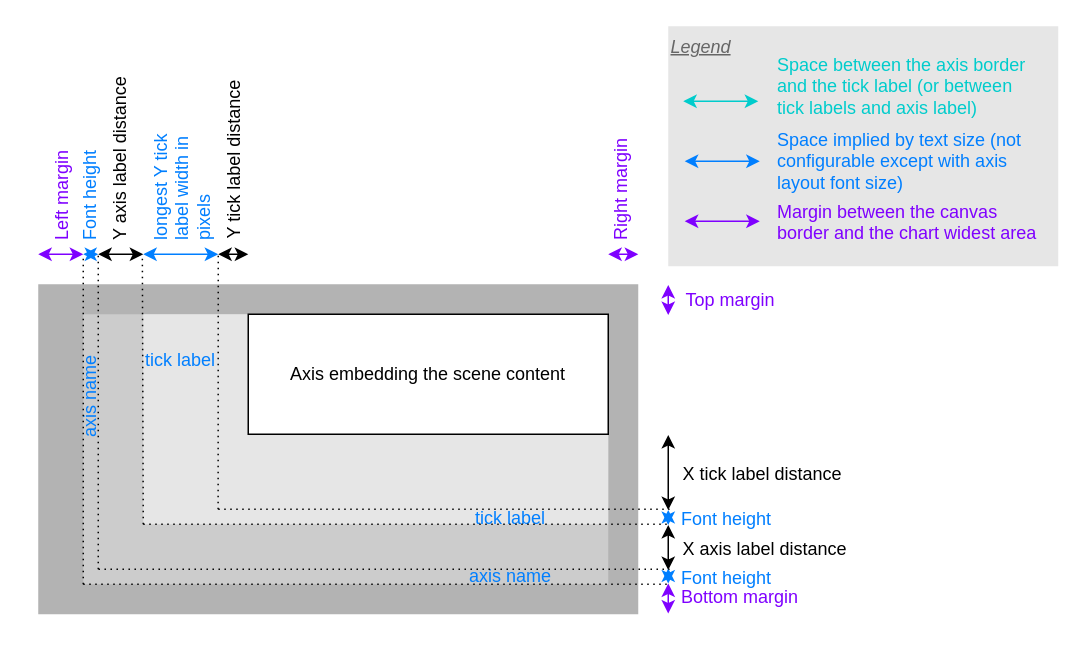
Above: page "2D layout" (7 of 7) of jzy3d-core/doc/core.drawio in jzy3d/jzy3d-api (draw.io), before the change. Source tidied: cells renumbered, new cells numbered last; positions are measured from the earlier drawing's top-left corner, leaving out a move shared by most shapes. Both pictures are drawn from the tidied source at 150%, with x=0, y=0 at pixel (9, 26).
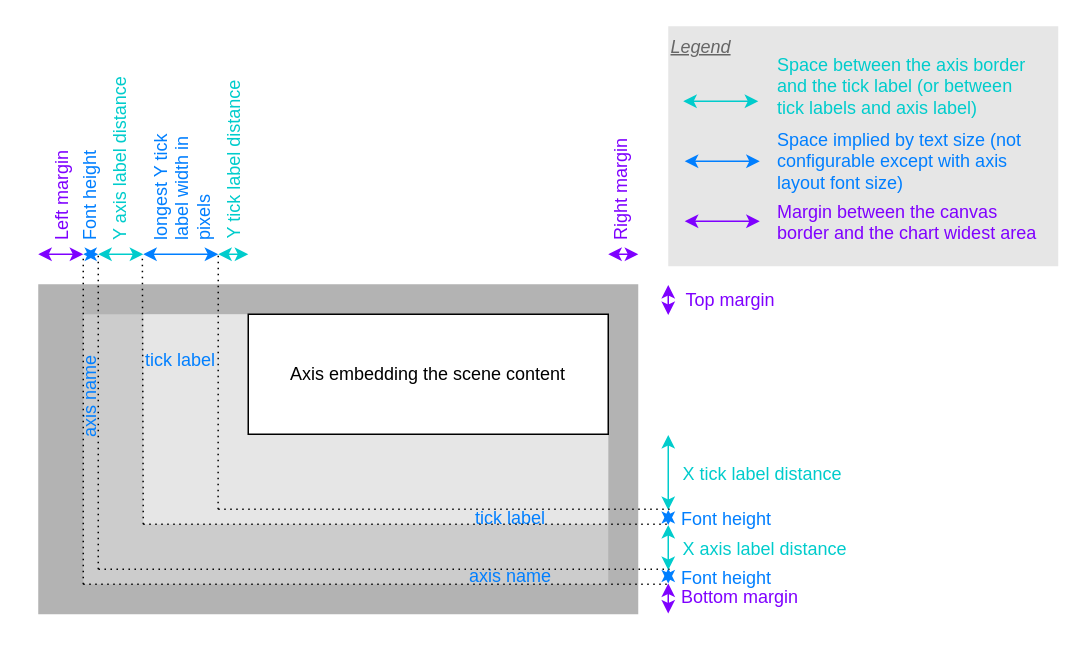
The same page after the edit.

Diff of the diagram source:
```diff
@@
-    <mxCell id="7" style="endArrow=classic;startArrow=classic;html=1;rounded=0;" parent="1" edge="1">
+    <mxCell id="7" style="endArrow=classic;startArrow=classic;html=1;rounded=0;strokeColor=#00CCCC;" parent="1" edge="1">
       <mxGeometry relative="1" as="geometry">
         <mxPoint x="439" y="322.5" as="sourcePoint" />
         <mxPoint x="439" y="272.5" as="targetPoint" />
       </mxGeometry>
     </mxCell>
@@
-    <mxCell id="9" value="X tick label distance" style="text;html=1;strokeColor=none;fillColor=none;align=left;verticalAlign=middle;whiteSpace=wrap;rounded=0;" parent="1" vertex="1">
+    <mxCell id="9" value="X tick label distance" style="text;html=1;strokeColor=none;fillColor=none;align=left;verticalAlign=middle;whiteSpace=wrap;rounded=0;fontColor=#00CCCC;" parent="1" vertex="1">
       <mxGeometry x="447" y="288.5" width="110" height="20" as="geometry" />
     </mxCell>
@@
-    <mxCell id="11" style="endArrow=classic;startArrow=classic;html=1;rounded=0;" parent="1" edge="1">
+    <mxCell id="11" style="endArrow=classic;startArrow=classic;html=1;rounded=0;fontColor=#00CCCC;strokeColor=#00CCCC;" parent="1" edge="1">
       <mxGeometry relative="1" as="geometry">
         <mxPoint x="139" y="152" as="sourcePoint" />
         <mxPoint x="159" y="152" as="targetPoint" />
       </mxGeometry>
     </mxCell>
@@
-    <mxCell id="14" value="Y tick label distance" style="text;html=1;strokeColor=none;fillColor=none;align=left;verticalAlign=middle;whiteSpace=wrap;rounded=0;rotation=-90;" parent="1" vertex="1">
+    <mxCell id="14" value="Y tick label distance" style="text;html=1;strokeColor=none;fillColor=none;align=left;verticalAlign=middle;whiteSpace=wrap;rounded=0;rotation=-90;fontColor=#00CCCC;" parent="1" vertex="1">
       <mxGeometry x="95" y="79" width="110" height="20" as="geometry" />
     </mxCell>
@@
-    <mxCell id="26" style="endArrow=classic;startArrow=classic;html=1;rounded=0;" parent="1" edge="1">
+    <mxCell id="26" style="endArrow=classic;startArrow=classic;html=1;rounded=0;fontColor=#00CCCC;strokeColor=#00CCCC;" parent="1" edge="1">
       <mxGeometry relative="1" as="geometry">
         <mxPoint x="59" y="152" as="sourcePoint" />
         <mxPoint x="89" y="152" as="targetPoint" />
       </mxGeometry>
     </mxCell>
@@
-    <mxCell id="29" value="Y axis label distance" style="text;html=1;strokeColor=none;fillColor=none;align=left;verticalAlign=middle;whiteSpace=wrap;rounded=0;rotation=-90;" parent="1" vertex="1">
+    <mxCell id="29" value="Y axis label distance" style="text;html=1;strokeColor=none;fillColor=none;align=left;verticalAlign=middle;whiteSpace=wrap;rounded=0;rotation=-90;fontColor=#00CCCC;" parent="1" vertex="1">
       <mxGeometry x="9" y="70" width="130" height="20" as="geometry" />
     </mxCell>
@@
-    <mxCell id="31" value="X axis label distance" style="text;html=1;strokeColor=none;fillColor=none;align=left;verticalAlign=middle;whiteSpace=wrap;rounded=0;rotation=0;" parent="1" vertex="1">
+    <mxCell id="31" value="X axis label distance" style="text;html=1;strokeColor=none;fillColor=none;align=left;verticalAlign=middle;whiteSpace=wrap;rounded=0;rotation=0;fontColor=#00CCCC;" parent="1" vertex="1">
       <mxGeometry x="447" y="338.5" width="130" height="20" as="geometry" />
     </mxCell>
-    <mxCell id="32" style="endArrow=classic;startArrow=classic;html=1;rounded=0;" parent="1" edge="1">
+    <mxCell id="32" style="endArrow=classic;startArrow=classic;html=1;rounded=0;strokeColor=#00CCCC;" parent="1" edge="1">
       <mxGeometry relative="1" as="geometry">
         <mxPoint x="439" y="362.5" as="sourcePoint" />
         <mxPoint x="439" y="332.5" as="targetPoint" />
       </mxGeometry>
     </mxCell>
```
